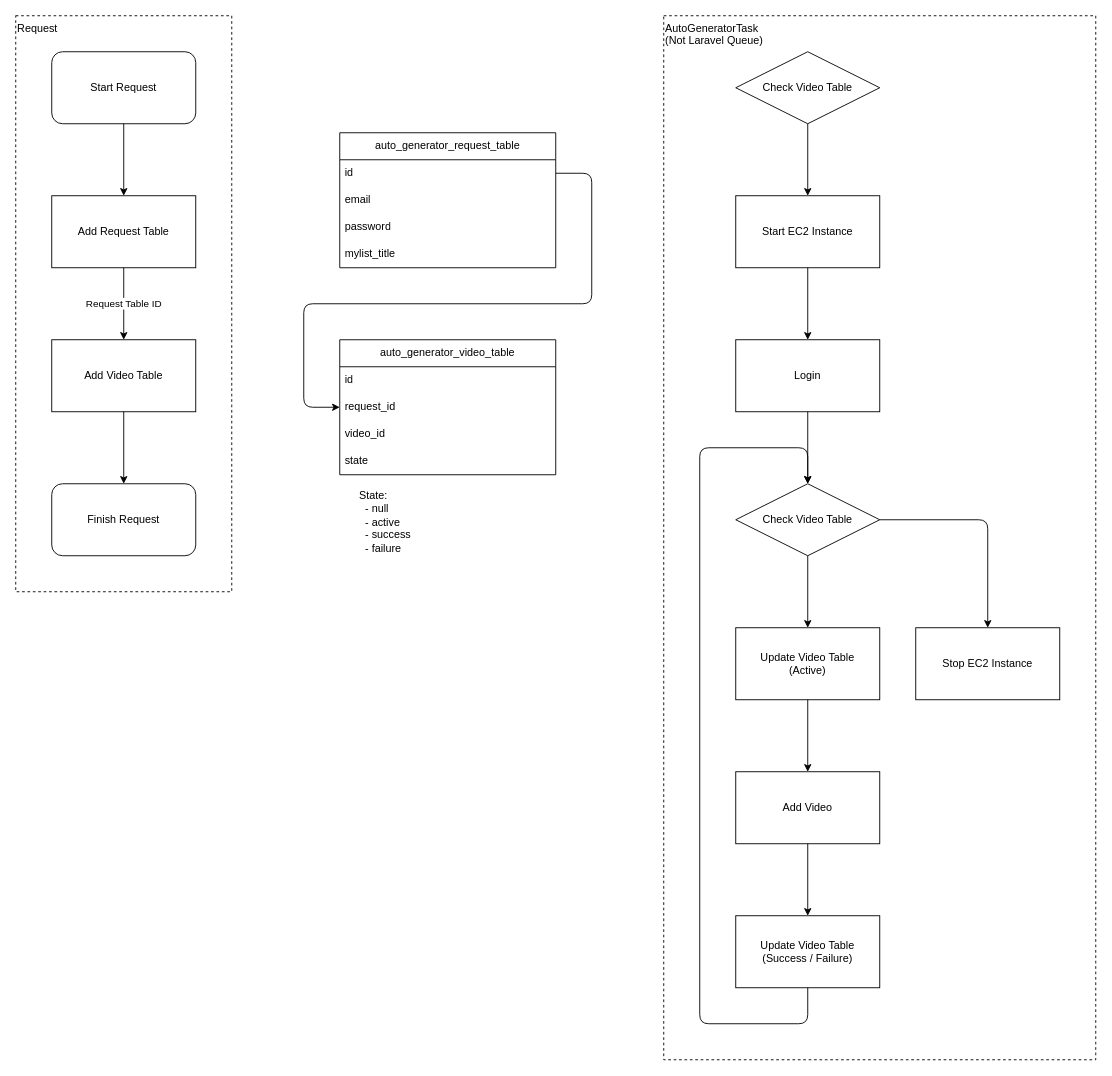
The draw.io diagram page "About" (1 of 2) of Doc/AutomaticNiconicoMylistGenerator/assets/assets.drawio in PONzu-0529/ponzu0529-niconico, before the edit. Source tidied: cells renumbered, new cells numbered last; positions are measured from the earlier drawing's top-left corner, leaving out a move shared by most shapes. Both pictures are drawn from the tidied source at 90%, with x=0, y=0 at pixel (15, 15).
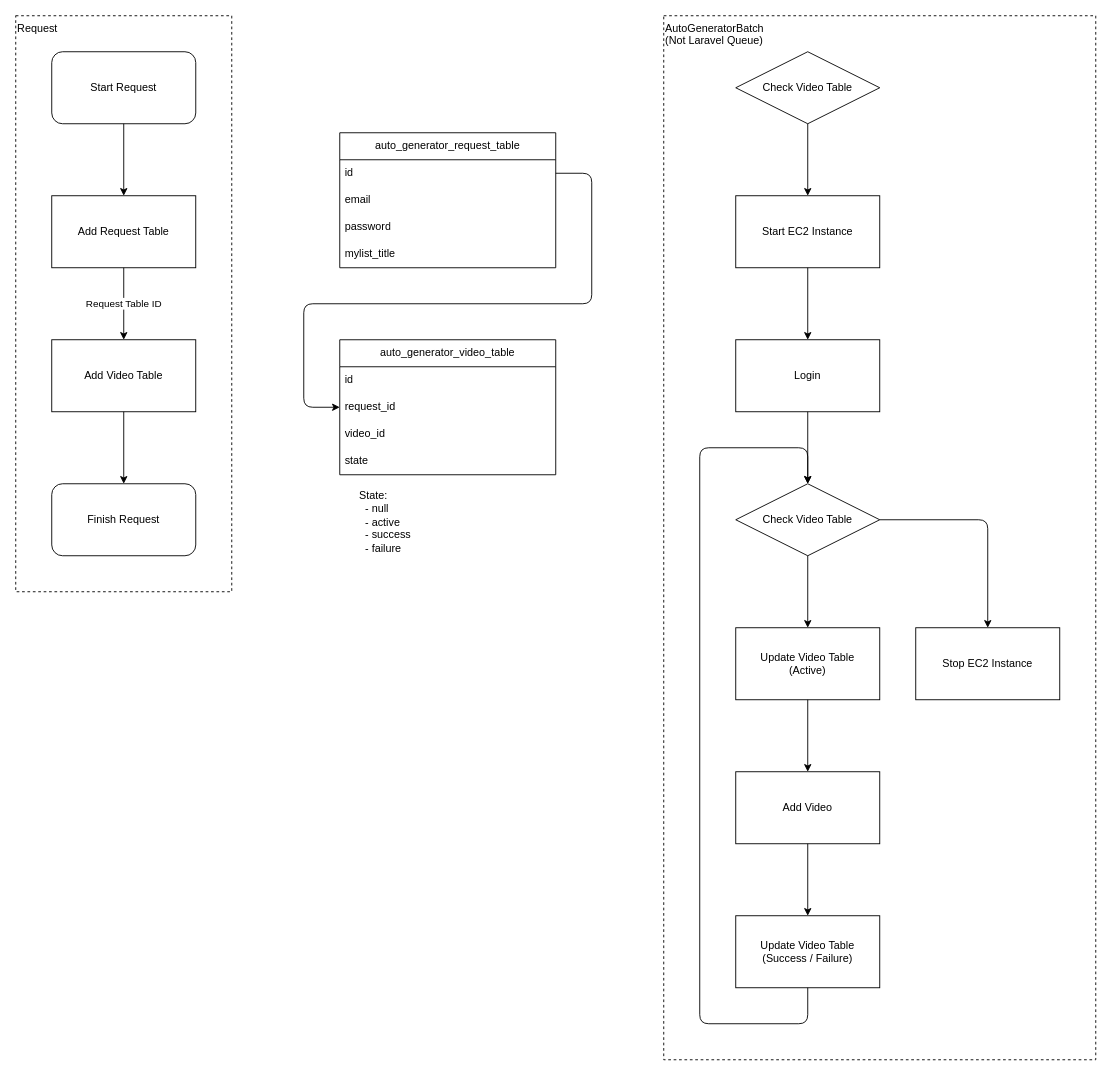
After the change.

Diff of the diagram source:
```diff
@@
-    <mxCell id="2" value="AutoGeneratorTask&lt;br&gt;(Not Laravel Queue)" style="rounded=0;whiteSpace=wrap;html=1;fillColor=none;dashed=1;verticalAlign=top;align=left;" parent="1" vertex="1">
+    <mxCell id="2" value="AutoGeneratorBatch&lt;br&gt;(Not Laravel Queue)" style="rounded=0;whiteSpace=wrap;html=1;fillColor=none;dashed=1;verticalAlign=top;align=left;" parent="1" vertex="1">
       <mxGeometry x="720" width="480" height="1160" as="geometry" />
     </mxCell>
```
